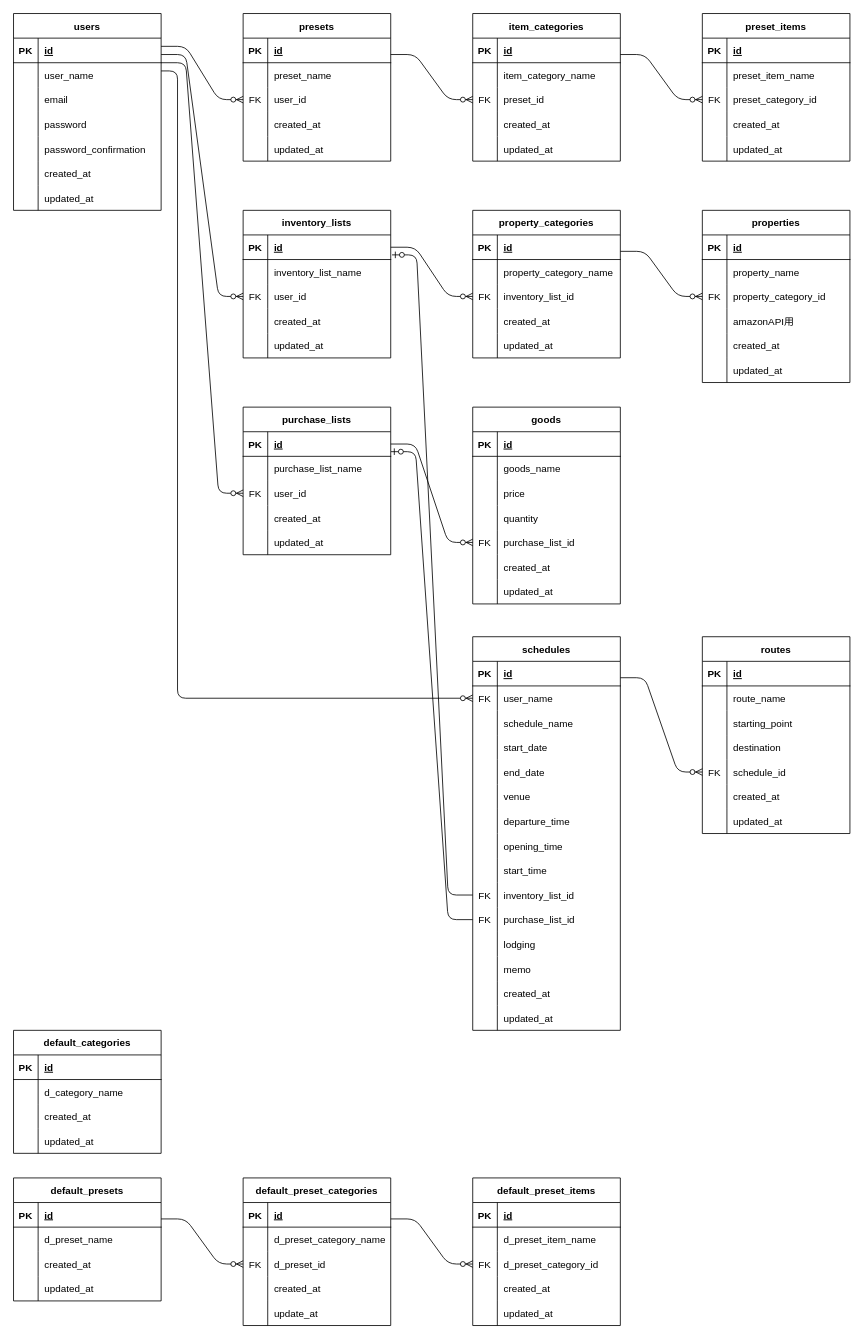
Earlier version of the draw.io diagram ER図.dio (haru248/Enjoy-a-Hobby). Source tidied: cells renumbered, new cells numbered last; positions are measured from the earlier drawing's top-left corner, leaving out a move shared by most shapes. Both pictures are drawn from the tidied source at 82%, with x=0, y=0 at pixel (13, 13).
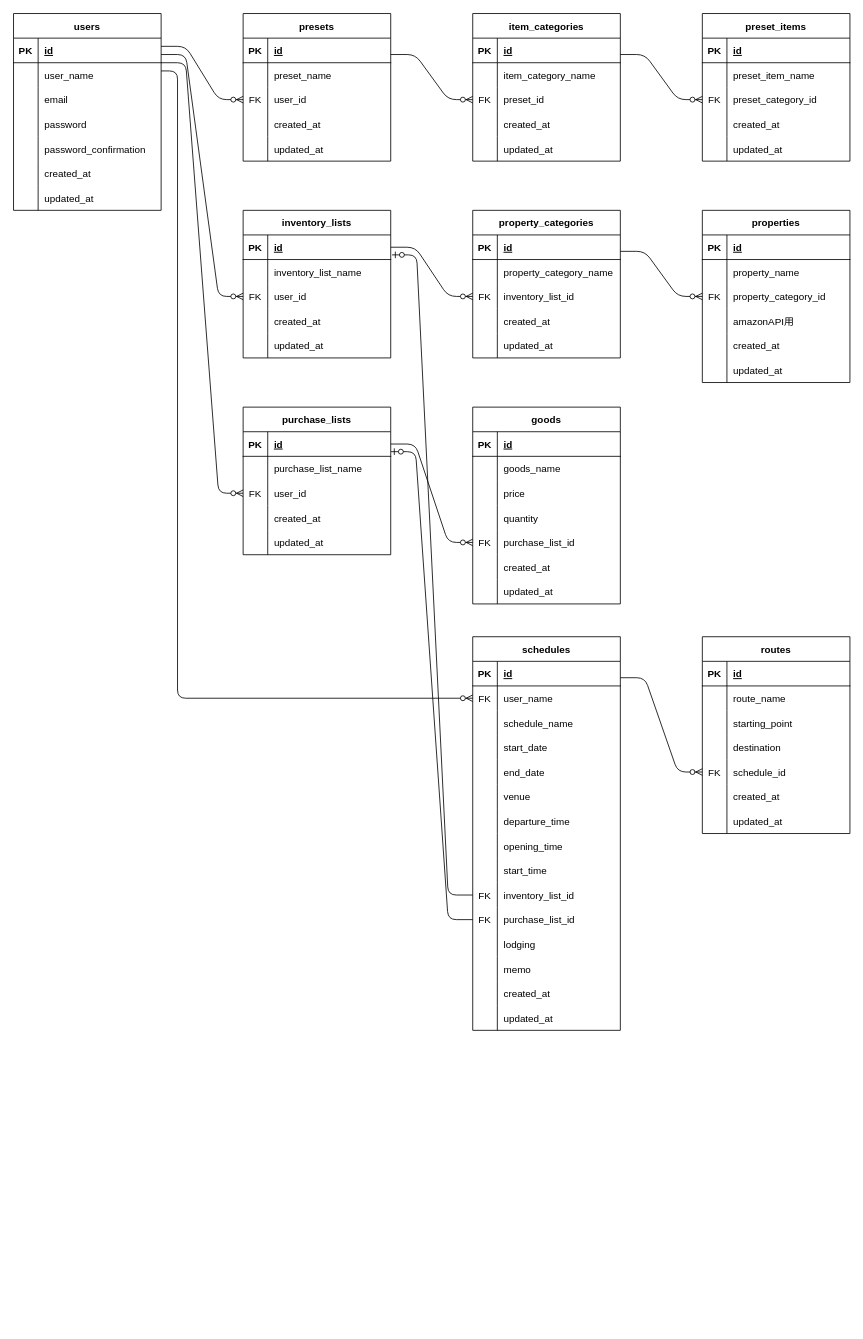
Above is the later version.

Commit message:
ER図の修正、デフォルト関連のテーブルを削除

The edit, as a diff of the source:
```diff
@@
-    <mxCell id="229" value="default_presets" style="shape=table;startSize=30;childLayout=tableLayout;rowLines=0;fontStyle=1;align=center;" parent="1" vertex="1">
-      <mxGeometry y="1420" width="180" height="150" as="geometry" />
-    </mxCell>
-    <mxCell id="230" style="shape=tableRow;horizontal=0;startSize=0;swimlaneHead=0;swimlaneBody=0;fillColor=none;top=0;left=0;right=0;bottom=1;" parent="229" vertex="1">
-      <mxGeometry y="30" width="180" height="30" as="geometry" />
-    </mxCell>
-    <mxCell id="231" value="PK" style="shape=partialRectangle;fillColor=none;top=0;left=0;bottom=0;right=0;fontStyle=1;overflow=hidden;" parent="230" vertex="1">
-      <mxGeometry width="30" height="30" as="geometry" />
-    </mxCell>
-    <mxCell id="232" value="id" style="shape=partialRectangle;fillColor=none;top=0;left=0;bottom=0;right=0;align=left;spacingLeft=6;fontStyle=5;overflow=hidden;" parent="230" vertex="1">
-      <mxGeometry x="30" width="150" height="30" as="geometry" />
-    </mxCell>
-    <mxCell id="233" style="shape=tableRow;horizontal=0;startSize=0;swimlaneHead=0;swimlaneBody=0;fillColor=none;top=0;left=0;right=0;bottom=0;" parent="229" vertex="1">
-      <mxGeometry y="60" width="180" height="30" as="geometry" />
-    </mxCell>
-    <mxCell id="234" style="shape=partialRectangle;fillColor=none;top=0;left=0;bottom=0;right=0;overflow=hidden;" parent="233" vertex="1">
-      <mxGeometry width="30" height="30" as="geometry" />
-    </mxCell>
-    <mxCell id="235" value="d_preset_name" style="shape=partialRectangle;fillColor=none;top=0;left=0;bottom=0;right=0;align=left;spacingLeft=6;overflow=hidden;" parent="233" vertex="1">
-      <mxGeometry x="30" width="150" height="30" as="geometry" />
-    </mxCell>
-    <mxCell id="236" style="shape=tableRow;horizontal=0;startSize=0;swimlaneHead=0;swimlaneBody=0;fillColor=none;top=0;left=0;right=0;bottom=0;" parent="229" vertex="1">
-      <mxGeometry y="90" width="180" height="30" as="geometry" />
-    </mxCell>
-    <mxCell id="237" style="shape=partialRectangle;fillColor=none;top=0;left=0;bottom=0;right=0;overflow=hidden;" parent="236" vertex="1">
-      <mxGeometry width="30" height="30" as="geometry" />
-    </mxCell>
-    <mxCell id="238" value="created_at" style="shape=partialRectangle;fillColor=none;top=0;left=0;bottom=0;right=0;align=left;spacingLeft=6;overflow=hidden;" parent="236" vertex="1">
-      <mxGeometry x="30" width="150" height="30" as="geometry" />
-    </mxCell>
-    <mxCell id="239" style="shape=tableRow;horizontal=0;startSize=0;swimlaneHead=0;swimlaneBody=0;fillColor=none;top=0;left=0;right=0;bottom=0;" parent="229" vertex="1">
-      <mxGeometry y="120" width="180" height="30" as="geometry" />
-    </mxCell>
-    <mxCell id="240" style="shape=partialRectangle;fillColor=none;top=0;left=0;bottom=0;right=0;overflow=hidden;" parent="239" vertex="1">
-      <mxGeometry width="30" height="30" as="geometry" />
-    </mxCell>
-    <mxCell id="241" value="updated_at" style="shape=partialRectangle;fillColor=none;top=0;left=0;bottom=0;right=0;align=left;spacingLeft=6;overflow=hidden;" parent="239" vertex="1">
-      <mxGeometry x="30" width="150" height="30" as="geometry" />
-    </mxCell>
-    <mxCell id="242" value="default_preset_categories" style="shape=table;startSize=30;childLayout=tableLayout;rowLines=0;fontStyle=1;align=center;" parent="1" vertex="1">
-      <mxGeometry x="280" y="1420" width="180" height="180" as="geometry" />
-    </mxCell>
-    <mxCell id="243" style="shape=tableRow;horizontal=0;startSize=0;swimlaneHead=0;swimlaneBody=0;fillColor=none;top=0;left=0;right=0;bottom=1;" parent="242" vertex="1">
-      <mxGeometry y="30" width="180" height="30" as="geometry" />
-    </mxCell>
-    <mxCell id="244" value="PK" style="shape=partialRectangle;fillColor=none;top=0;left=0;bottom=0;right=0;fontStyle=1;overflow=hidden;" parent="243" vertex="1">
-      <mxGeometry width="30" height="30" as="geometry" />
-    </mxCell>
-    <mxCell id="245" value="id" style="shape=partialRectangle;fillColor=none;top=0;left=0;bottom=0;right=0;align=left;spacingLeft=6;fontStyle=5;overflow=hidden;" parent="243" vertex="1">
-      <mxGeometry x="30" width="150" height="30" as="geometry" />
-    </mxCell>
-    <mxCell id="246" style="shape=tableRow;horizontal=0;startSize=0;swimlaneHead=0;swimlaneBody=0;fillColor=none;top=0;left=0;right=0;bottom=0;" parent="242" vertex="1">
-      <mxGeometry y="60" width="180" height="30" as="geometry" />
-    </mxCell>
-    <mxCell id="247" style="shape=partialRectangle;fillColor=none;top=0;left=0;bottom=0;right=0;overflow=hidden;" parent="246" vertex="1">
-      <mxGeometry width="30" height="30" as="geometry" />
-    </mxCell>
-    <mxCell id="248" value="d_preset_category_name" style="shape=partialRectangle;fillColor=none;top=0;left=0;bottom=0;right=0;align=left;spacingLeft=6;overflow=hidden;" parent="246" vertex="1">
-      <mxGeometry x="30" width="150" height="30" as="geometry" />
-    </mxCell>
-    <mxCell id="249" style="shape=tableRow;horizontal=0;startSize=0;swimlaneHead=0;swimlaneBody=0;fillColor=none;points=[[0,0.5],[1,0.5]];portConstraint=eastwest;top=0;left=0;right=0;bottom=0;" parent="242" vertex="1">
-      <mxGeometry y="90" width="180" height="30" as="geometry" />
-    </mxCell>
-    <mxCell id="250" value="FK" style="shape=partialRectangle;fillColor=none;top=0;left=0;bottom=0;right=0;overflow=hidden;" parent="249" vertex="1">
-      <mxGeometry width="30" height="30" as="geometry" />
-    </mxCell>
-    <mxCell id="251" value="d_preset_id" style="shape=partialRectangle;fillColor=none;top=0;left=0;bottom=0;right=0;align=left;spacingLeft=6;overflow=hidden;" parent="249" vertex="1">
-      <mxGeometry x="30" width="150" height="30" as="geometry" />
-    </mxCell>
-    <mxCell id="252" style="shape=tableRow;horizontal=0;startSize=0;swimlaneHead=0;swimlaneBody=0;fillColor=none;top=0;left=0;right=0;bottom=0;" parent="242" vertex="1">
-      <mxGeometry y="120" width="180" height="30" as="geometry" />
-    </mxCell>
-    <mxCell id="253" style="shape=partialRectangle;fillColor=none;top=0;left=0;bottom=0;right=0;overflow=hidden;" parent="252" vertex="1">
-      <mxGeometry width="30" height="30" as="geometry" />
-    </mxCell>
-    <mxCell id="254" value="created_at" style="shape=partialRectangle;fillColor=none;top=0;left=0;bottom=0;right=0;align=left;spacingLeft=6;overflow=hidden;" parent="252" vertex="1">
-      <mxGeometry x="30" width="150" height="30" as="geometry" />
-    </mxCell>
-    <mxCell id="255" style="shape=tableRow;horizontal=0;startSize=0;swimlaneHead=0;swimlaneBody=0;fillColor=none;top=0;left=0;right=0;bottom=0;" parent="242" vertex="1">
-      <mxGeometry y="150" width="180" height="30" as="geometry" />
-    </mxCell>
-    <mxCell id="256" style="shape=partialRectangle;fillColor=none;top=0;left=0;bottom=0;right=0;overflow=hidden;" parent="255" vertex="1">
-      <mxGeometry width="30" height="30" as="geometry" />
-    </mxCell>
-    <mxCell id="257" value="update_at" style="shape=partialRectangle;fillColor=none;top=0;left=0;bottom=0;right=0;align=left;spacingLeft=6;overflow=hidden;" parent="255" vertex="1">
-      <mxGeometry x="30" width="150" height="30" as="geometry" />
-    </mxCell>
-    <mxCell id="258" value="default_preset_items" style="shape=table;startSize=30;childLayout=tableLayout;rowLines=0;fontStyle=1;align=center;" parent="1" vertex="1">
-      <mxGeometry x="560" y="1420" width="180" height="180" as="geometry" />
-    </mxCell>
-    <mxCell id="259" style="shape=tableRow;horizontal=0;startSize=0;swimlaneHead=0;swimlaneBody=0;fillColor=none;top=0;left=0;right=0;bottom=1;" parent="258" vertex="1">
-      <mxGeometry y="30" width="180" height="30" as="geometry" />
-    </mxCell>
-    <mxCell id="260" value="PK" style="shape=partialRectangle;fillColor=none;top=0;left=0;bottom=0;right=0;fontStyle=1;overflow=hidden;" parent="259" vertex="1">
-      <mxGeometry width="30" height="30" as="geometry" />
-    </mxCell>
-    <mxCell id="261" value="id" style="shape=partialRectangle;fillColor=none;top=0;left=0;bottom=0;right=0;align=left;spacingLeft=6;fontStyle=5;overflow=hidden;" parent="259" vertex="1">
-      <mxGeometry x="30" width="150" height="30" as="geometry" />
-    </mxCell>
-    <mxCell id="262" style="shape=tableRow;horizontal=0;startSize=0;swimlaneHead=0;swimlaneBody=0;fillColor=none;top=0;left=0;right=0;bottom=0;" parent="258" vertex="1">
-      <mxGeometry y="60" width="180" height="30" as="geometry" />
-    </mxCell>
-    <mxCell id="263" style="shape=partialRectangle;fillColor=none;top=0;left=0;bottom=0;right=0;overflow=hidden;" parent="262" vertex="1">
-      <mxGeometry width="30" height="30" as="geometry" />
-    </mxCell>
-    <mxCell id="264" value="d_preset_item_name" style="shape=partialRectangle;fillColor=none;top=0;left=0;bottom=0;right=0;align=left;spacingLeft=6;overflow=hidden;" parent="262" vertex="1">
-      <mxGeometry x="30" width="150" height="30" as="geometry" />
-    </mxCell>
-    <mxCell id="265" style="shape=tableRow;horizontal=0;startSize=0;swimlaneHead=0;swimlaneBody=0;fillColor=none;points=[[0,0.5],[1,0.5]];portConstraint=eastwest;top=0;left=0;right=0;bottom=0;" parent="258" vertex="1">
-      <mxGeometry y="90" width="180" height="30" as="geometry" />
-    </mxCell>
-    <mxCell id="266" value="FK" style="shape=partialRectangle;fillColor=none;top=0;left=0;bottom=0;right=0;overflow=hidden;" parent="265" vertex="1">
-      <mxGeometry width="30" height="30" as="geometry" />
-    </mxCell>
-    <mxCell id="267" value="d_preset_category_id" style="shape=partialRectangle;fillColor=none;top=0;left=0;bottom=0;right=0;align=left;spacingLeft=6;overflow=hidden;" parent="265" vertex="1">
-      <mxGeometry x="30" width="150" height="30" as="geometry" />
-    </mxCell>
-    <mxCell id="268" style="shape=tableRow;horizontal=0;startSize=0;swimlaneHead=0;swimlaneBody=0;fillColor=none;top=0;left=0;right=0;bottom=0;" parent="258" vertex="1">
-      <mxGeometry y="120" width="180" height="30" as="geometry" />
-    </mxCell>
-    <mxCell id="269" style="shape=partialRectangle;fillColor=none;top=0;left=0;bottom=0;right=0;overflow=hidden;" parent="268" vertex="1">
-      <mxGeometry width="30" height="30" as="geometry" />
-    </mxCell>
-    <mxCell id="270" value="created_at" style="shape=partialRectangle;fillColor=none;top=0;left=0;bottom=0;right=0;align=left;spacingLeft=6;overflow=hidden;" parent="268" vertex="1">
-      <mxGeometry x="30" width="150" height="30" as="geometry" />
-    </mxCell>
-    <mxCell id="271" style="shape=tableRow;horizontal=0;startSize=0;swimlaneHead=0;swimlaneBody=0;fillColor=none;top=0;left=0;right=0;bottom=0;" parent="258" vertex="1">
-      <mxGeometry y="150" width="180" height="30" as="geometry" />
-    </mxCell>
-    <mxCell id="272" style="shape=partialRectangle;fillColor=none;top=0;left=0;bottom=0;right=0;overflow=hidden;" parent="271" vertex="1">
-      <mxGeometry width="30" height="30" as="geometry" />
-    </mxCell>
-    <mxCell id="273" value="updated_at" style="shape=partialRectangle;fillColor=none;top=0;left=0;bottom=0;right=0;align=left;spacingLeft=6;overflow=hidden;" parent="271" vertex="1">
-      <mxGeometry x="30" width="150" height="30" as="geometry" />
-    </mxCell>
-    <mxCell id="274" value="default_categories" style="shape=table;startSize=30;childLayout=tableLayout;rowLines=0;fontStyle=1;align=center;" parent="1" vertex="1">
-      <mxGeometry y="1240" width="180" height="150" as="geometry" />
-    </mxCell>
-    <mxCell id="275" style="shape=tableRow;horizontal=0;startSize=0;swimlaneHead=0;swimlaneBody=0;fillColor=none;top=0;left=0;right=0;bottom=1;" parent="274" vertex="1">
-      <mxGeometry y="30" width="180" height="30" as="geometry" />
-    </mxCell>
-    <mxCell id="276" value="PK" style="shape=partialRectangle;fillColor=none;top=0;left=0;bottom=0;right=0;fontStyle=1;overflow=hidden;" parent="275" vertex="1">
-      <mxGeometry width="30" height="30" as="geometry" />
-    </mxCell>
-    <mxCell id="277" value="id" style="shape=partialRectangle;fillColor=none;top=0;left=0;bottom=0;right=0;align=left;spacingLeft=6;fontStyle=5;overflow=hidden;" parent="275" vertex="1">
-      <mxGeometry x="30" width="150" height="30" as="geometry" />
-    </mxCell>
-    <mxCell id="278" style="shape=tableRow;horizontal=0;startSize=0;swimlaneHead=0;swimlaneBody=0;fillColor=none;top=0;left=0;right=0;bottom=0;" parent="274" vertex="1">
-      <mxGeometry y="60" width="180" height="30" as="geometry" />
-    </mxCell>
-    <mxCell id="279" style="shape=partialRectangle;fillColor=none;top=0;left=0;bottom=0;right=0;overflow=hidden;" parent="278" vertex="1">
-      <mxGeometry width="30" height="30" as="geometry" />
-    </mxCell>
-    <mxCell id="280" value="d_category_name" style="shape=partialRectangle;fillColor=none;top=0;left=0;bottom=0;right=0;align=left;spacingLeft=6;overflow=hidden;" parent="278" vertex="1">
-      <mxGeometry x="30" width="150" height="30" as="geometry" />
-    </mxCell>
-    <mxCell id="281" style="shape=tableRow;horizontal=0;startSize=0;swimlaneHead=0;swimlaneBody=0;fillColor=none;top=0;left=0;right=0;bottom=0;" parent="274" vertex="1">
-      <mxGeometry y="90" width="180" height="30" as="geometry" />
-    </mxCell>
-    <mxCell id="282" style="shape=partialRectangle;fillColor=none;top=0;left=0;bottom=0;right=0;overflow=hidden;" parent="281" vertex="1">
-      <mxGeometry width="30" height="30" as="geometry" />
-    </mxCell>
-    <mxCell id="283" value="created_at" style="shape=partialRectangle;fillColor=none;top=0;left=0;bottom=0;right=0;align=left;spacingLeft=6;overflow=hidden;" parent="281" vertex="1">
-      <mxGeometry x="30" width="150" height="30" as="geometry" />
-    </mxCell>
-    <mxCell id="284" style="shape=tableRow;horizontal=0;startSize=0;swimlaneHead=0;swimlaneBody=0;fillColor=none;top=0;left=0;right=0;bottom=0;" parent="274" vertex="1">
-      <mxGeometry y="120" width="180" height="30" as="geometry" />
-    </mxCell>
-    <mxCell id="285" style="shape=partialRectangle;fillColor=none;top=0;left=0;bottom=0;right=0;overflow=hidden;" parent="284" vertex="1">
-      <mxGeometry width="30" height="30" as="geometry" />
-    </mxCell>
-    <mxCell id="286" value="updated_at" style="shape=partialRectangle;fillColor=none;top=0;left=0;bottom=0;right=0;align=left;spacingLeft=6;overflow=hidden;" parent="284" vertex="1">
-      <mxGeometry x="30" width="150" height="30" as="geometry" />
-    </mxCell>
@@
-    <mxCell id="299" style="edgeStyle=entityRelationEdgeStyle;fontSize=12;html=1;endArrow=ERzeroToMany;endFill=1;entryX=0;entryY=0.5;entryDx=0;entryDy=0;" parent="1" edge="1" target="249">
-      <mxGeometry relative="1" as="geometry">
-        <mxPoint x="180" y="1470" as="sourcePoint" />
-      </mxGeometry>
-    </mxCell>
-    <mxCell id="300" style="edgeStyle=entityRelationEdgeStyle;fontSize=12;html=1;endArrow=ERzeroToMany;endFill=1;entryX=0;entryY=0.5;entryDx=0;entryDy=0;" parent="1" edge="1" target="265">
-      <mxGeometry relative="1" as="geometry">
-        <mxPoint x="460" y="1470" as="sourcePoint" />
-      </mxGeometry>
-    </mxCell>
```
